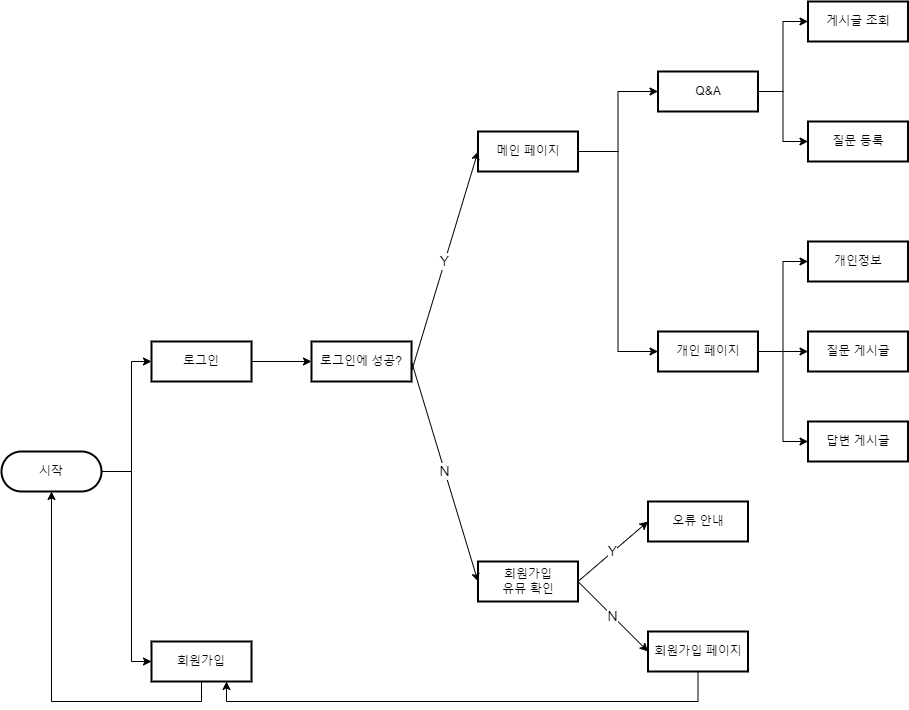
This is image/Developer_Commutity_FlowChart.png from younlll/developer-community-site-project, a draw.io export, as it was before one commit. Source tidied: cells renumbered, new cells last; positions are measured from the earlier drawing's top-left corner, leaving out a move shared by most shapes. Source of this version:
```xml
<mxGraphModel>
  <root>
    <mxCell id="0" />
    <mxCell id="1" parent="0" />
    <mxCell id="2" style="edgeStyle=orthogonalEdgeStyle;rounded=0;jettySize=auto;html=1;exitX=1;exitY=0.5;exitDx=0;exitDy=0;entryX=0;entryY=0.5;entryDx=0;entryDy=0;fontSize=14;" parent="1" edge="1" source="4" target="29">
      <mxGeometry relative="1" as="geometry">
        <Array as="points">
          <mxPoint x="130" y="470" />
          <mxPoint x="130" y="660" />
        </Array>
      </mxGeometry>
    </mxCell>
    <mxCell id="3" style="edgeStyle=orthogonalEdgeStyle;rounded=0;jettySize=auto;html=1;exitX=1;exitY=0.5;exitDx=0;exitDy=0;entryX=0;entryY=0.5;entryDx=0;entryDy=0;fontSize=14;" parent="1" edge="1" source="4" target="5">
      <mxGeometry relative="1" as="geometry">
        <Array as="points">
          <mxPoint x="130" y="470" />
          <mxPoint x="130" y="360" />
        </Array>
      </mxGeometry>
    </mxCell>
    <mxCell id="4" value="시작" style="rounded=1;whiteSpace=wrap;html=1;absoluteArcSize=1;arcSize=100;strokeWidth=2;" parent="1" vertex="1">
      <mxGeometry y="450" width="100" height="40" as="geometry" />
    </mxCell>
    <mxCell id="5" value="로그인" style="rounded=1;whiteSpace=wrap;html=1;absoluteArcSize=1;arcSize=0;strokeWidth=2;" parent="1" vertex="1">
      <mxGeometry x="150" y="340" width="100" height="40" as="geometry" />
    </mxCell>
    <mxCell id="6" value="로그인에 성공?" style="rounded=1;whiteSpace=wrap;html=1;absoluteArcSize=1;arcSize=0;strokeWidth=2;" parent="1" vertex="1">
      <mxGeometry x="310" y="340" width="100" height="40" as="geometry" />
    </mxCell>
    <mxCell id="7" style="endArrow=classic;html=1;rounded=0;exitX=1;exitY=0.5;exitDx=0;exitDy=0;entryX=0;entryY=0.5;entryDx=0;entryDy=0;" parent="1" edge="1" source="5" target="6">
      <mxGeometry relative="1" as="geometry" />
    </mxCell>
    <mxCell id="8" style="edgeStyle=orthogonalEdgeStyle;rounded=0;jettySize=auto;html=1;entryX=0;entryY=0.5;entryDx=0;entryDy=0;fontSize=14;exitX=1;exitY=0.5;exitDx=0;exitDy=0;" parent="1" edge="1" source="10" target="22">
      <mxGeometry relative="1" as="geometry" />
    </mxCell>
    <mxCell id="9" style="edgeStyle=orthogonalEdgeStyle;rounded=0;jettySize=auto;html=1;exitX=1;exitY=0.5;exitDx=0;exitDy=0;entryX=0;entryY=0.5;entryDx=0;entryDy=0;fontSize=14;" parent="1" edge="1" source="10" target="25">
      <mxGeometry relative="1" as="geometry" />
    </mxCell>
    <mxCell id="10" value="메인 페이지" style="rounded=1;whiteSpace=wrap;html=1;absoluteArcSize=1;arcSize=0;strokeWidth=2;" parent="1" vertex="1">
      <mxGeometry x="476.5" y="130" width="100" height="40" as="geometry" />
    </mxCell>
    <mxCell id="11" value="회원가입&lt;br&gt;유뮤 확인" style="rounded=1;whiteSpace=wrap;html=1;absoluteArcSize=1;arcSize=0;strokeWidth=2;" parent="1" vertex="1">
      <mxGeometry x="476.5" y="560" width="100" height="40" as="geometry" />
    </mxCell>
    <mxCell id="12" value="오류 안내" style="rounded=1;whiteSpace=wrap;html=1;absoluteArcSize=1;arcSize=0;strokeWidth=2;" parent="1" vertex="1">
      <mxGeometry x="646.5" y="500" width="100" height="40" as="geometry" />
    </mxCell>
    <mxCell id="13" style="edgeStyle=orthogonalEdgeStyle;rounded=0;jettySize=auto;html=1;exitX=0.5;exitY=1;exitDx=0;exitDy=0;entryX=0.75;entryY=1;entryDx=0;entryDy=0;" parent="1" edge="1" source="14" target="29">
      <mxGeometry relative="1" as="geometry" />
    </mxCell>
    <mxCell id="14" value="회원가입 페이지" style="rounded=1;whiteSpace=wrap;html=1;absoluteArcSize=1;arcSize=0;strokeWidth=2;" parent="1" vertex="1">
      <mxGeometry x="646.5" y="630" width="100" height="40" as="geometry" />
    </mxCell>
    <mxCell id="15" value="&lt;font style=&quot;font-size: 14px&quot;&gt;Y&lt;/font&gt;" style="endArrow=classic;html=1;rounded=0;entryX=0;entryY=0.5;entryDx=0;entryDy=0;" parent="1" edge="1" target="10">
      <mxGeometry relative="1" as="geometry">
        <mxPoint x="410" y="370" as="sourcePoint" />
      </mxGeometry>
    </mxCell>
    <mxCell id="16" value="&lt;font style=&quot;font-size: 14px&quot;&gt;N&lt;/font&gt;" style="endArrow=classic;html=1;rounded=0;entryX=0;entryY=0.5;entryDx=0;entryDy=0;exitX=1;exitY=0.5;exitDx=0;exitDy=0;" parent="1" edge="1" source="6" target="11">
      <mxGeometry relative="1" as="geometry" />
    </mxCell>
    <mxCell id="17" value="&lt;font style=&quot;font-size: 14px&quot;&gt;Y&lt;/font&gt;" style="endArrow=classic;html=1;rounded=0;exitX=1;exitY=0.5;exitDx=0;exitDy=0;entryX=0;entryY=0.5;entryDx=0;entryDy=0;" parent="1" edge="1" source="11" target="12">
      <mxGeometry relative="1" as="geometry" />
    </mxCell>
    <mxCell id="18" value="&lt;font style=&quot;font-size: 14px&quot;&gt;N&lt;/font&gt;" style="endArrow=classic;html=1;rounded=0;entryX=0;entryY=0.5;entryDx=0;entryDy=0;exitX=1;exitY=0.5;exitDx=0;exitDy=0;" parent="1" edge="1" source="11" target="14">
      <mxGeometry relative="1" as="geometry" />
    </mxCell>
    <mxCell id="19" style="edgeStyle=orthogonalEdgeStyle;rounded=0;jettySize=auto;html=1;exitX=1;exitY=0.5;exitDx=0;exitDy=0;entryX=0;entryY=0.5;entryDx=0;entryDy=0;fontSize=14;" parent="1" edge="1" source="22" target="30">
      <mxGeometry relative="1" as="geometry" />
    </mxCell>
    <mxCell id="20" style="edgeStyle=orthogonalEdgeStyle;rounded=0;jettySize=auto;html=1;exitX=1;exitY=0.5;exitDx=0;exitDy=0;fontSize=14;" parent="1" edge="1" source="22" target="31">
      <mxGeometry relative="1" as="geometry" />
    </mxCell>
    <mxCell id="21" style="edgeStyle=orthogonalEdgeStyle;rounded=0;jettySize=auto;html=1;exitX=1;exitY=0.5;exitDx=0;exitDy=0;entryX=0;entryY=0.5;entryDx=0;entryDy=0;fontSize=14;" parent="1" edge="1" source="22" target="32">
      <mxGeometry relative="1" as="geometry" />
    </mxCell>
    <mxCell id="22" value="개인 페이지" style="rounded=1;whiteSpace=wrap;html=1;absoluteArcSize=1;arcSize=0;strokeWidth=2;" parent="1" vertex="1">
      <mxGeometry x="656.5" y="330" width="100" height="40" as="geometry" />
    </mxCell>
    <mxCell id="23" style="edgeStyle=orthogonalEdgeStyle;rounded=0;jettySize=auto;html=1;entryX=0;entryY=0.5;entryDx=0;entryDy=0;fontSize=14;" parent="1" edge="1" target="27">
      <mxGeometry relative="1" as="geometry">
        <mxPoint x="756.5" y="90" as="sourcePoint" />
      </mxGeometry>
    </mxCell>
    <mxCell id="24" style="edgeStyle=orthogonalEdgeStyle;rounded=0;jettySize=auto;html=1;exitX=1;exitY=0.5;exitDx=0;exitDy=0;entryX=0;entryY=0.5;entryDx=0;entryDy=0;fontSize=14;" parent="1" edge="1" source="25" target="26">
      <mxGeometry relative="1" as="geometry" />
    </mxCell>
    <mxCell id="25" value="Q&amp;amp;A" style="rounded=1;whiteSpace=wrap;html=1;absoluteArcSize=1;arcSize=0;strokeWidth=2;" parent="1" vertex="1">
      <mxGeometry x="656.5" y="70" width="100" height="40" as="geometry" />
    </mxCell>
    <mxCell id="26" value="질문 등록" style="rounded=1;whiteSpace=wrap;html=1;absoluteArcSize=1;arcSize=0;strokeWidth=2;" parent="1" vertex="1">
      <mxGeometry x="806.5" y="120" width="100" height="40" as="geometry" />
    </mxCell>
    <mxCell id="27" value="게시글 조회" style="rounded=1;whiteSpace=wrap;html=1;absoluteArcSize=1;arcSize=0;strokeWidth=2;" parent="1" vertex="1">
      <mxGeometry x="806.5" width="100" height="40" as="geometry" />
    </mxCell>
    <mxCell id="28" style="edgeStyle=orthogonalEdgeStyle;rounded=0;jettySize=auto;html=1;exitX=0.5;exitY=1;exitDx=0;exitDy=0;entryX=0.5;entryY=1;entryDx=0;entryDy=0;fontSize=14;" parent="1" edge="1" source="29" target="4">
      <mxGeometry relative="1" as="geometry" />
    </mxCell>
    <mxCell id="29" value="회원가입" style="rounded=1;whiteSpace=wrap;html=1;absoluteArcSize=1;arcSize=0;strokeWidth=2;" parent="1" vertex="1">
      <mxGeometry x="150" y="640" width="100" height="40" as="geometry" />
    </mxCell>
    <mxCell id="30" value="개인정보" style="rounded=1;whiteSpace=wrap;html=1;absoluteArcSize=1;arcSize=0;strokeWidth=2;" parent="1" vertex="1">
      <mxGeometry x="806.5" y="240" width="100" height="40" as="geometry" />
    </mxCell>
    <mxCell id="31" value="질문 게시글" style="rounded=1;whiteSpace=wrap;html=1;absoluteArcSize=1;arcSize=0;strokeWidth=2;" parent="1" vertex="1">
      <mxGeometry x="806.5" y="330" width="100" height="40" as="geometry" />
    </mxCell>
    <mxCell id="32" value="답변 게시글" style="rounded=1;whiteSpace=wrap;html=1;absoluteArcSize=1;arcSize=0;strokeWidth=2;" parent="1" vertex="1">
      <mxGeometry x="806.5" y="420" width="100" height="40" as="geometry" />
    </mxCell>
  </root>
</mxGraphModel>
```
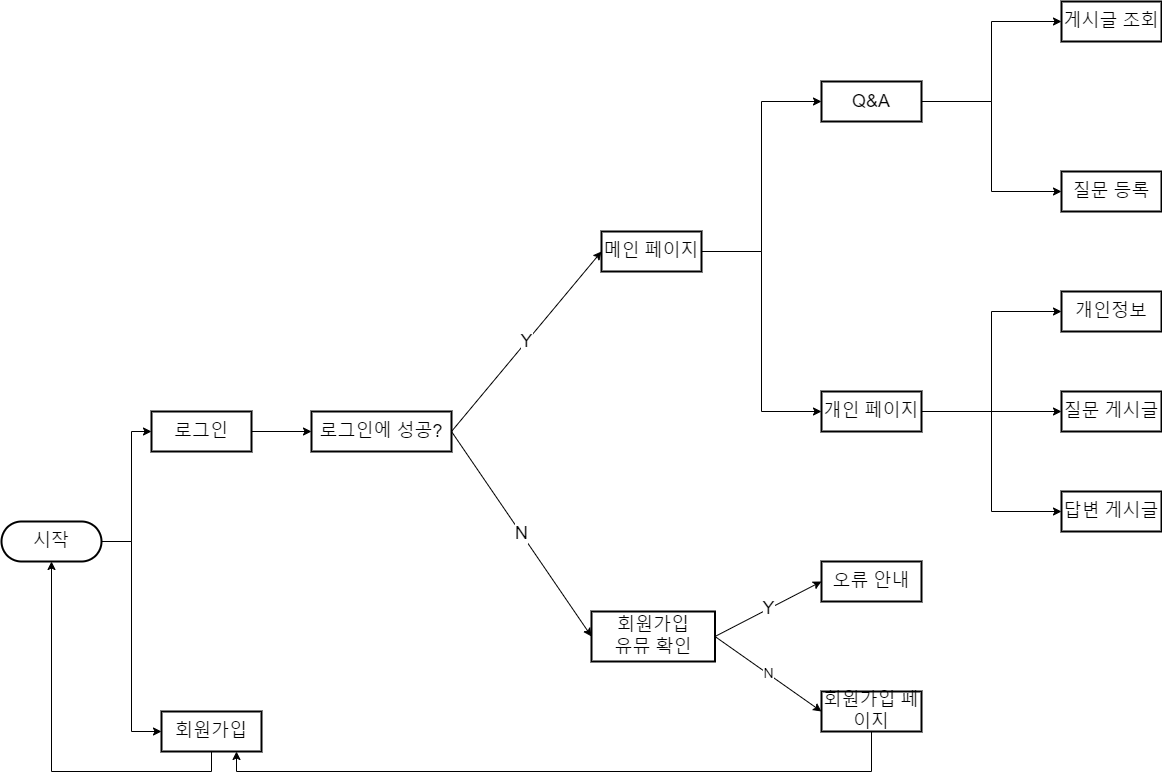
After the commit.

Change to the diagram source:
```diff
@@ -18,14 +18,14 @@
         </Array>
       </mxGeometry>
     </mxCell>
-    <mxCell id="4" value="시작" style="rounded=1;whiteSpace=wrap;html=1;absoluteArcSize=1;arcSize=100;strokeWidth=2;" parent="1" vertex="1">
+    <mxCell id="4" value="&lt;font style=&quot;font-size: 18px&quot;&gt;시작&lt;/font&gt;" style="rounded=1;whiteSpace=wrap;html=1;absoluteArcSize=1;arcSize=100;strokeWidth=2;" parent="1" vertex="1">
       <mxGeometry y="450" width="100" height="40" as="geometry" />
     </mxCell>
-    <mxCell id="5" value="로그인" style="rounded=1;whiteSpace=wrap;html=1;absoluteArcSize=1;arcSize=0;strokeWidth=2;" parent="1" vertex="1">
+    <mxCell id="5" value="&lt;font style=&quot;font-size: 18px&quot;&gt;로그인&lt;/font&gt;" style="rounded=1;whiteSpace=wrap;html=1;absoluteArcSize=1;arcSize=0;strokeWidth=2;" parent="1" vertex="1">
       <mxGeometry x="150" y="340" width="100" height="40" as="geometry" />
     </mxCell>
-    <mxCell id="6" value="로그인에 성공?" style="rounded=1;whiteSpace=wrap;html=1;absoluteArcSize=1;arcSize=0;strokeWidth=2;" parent="1" vertex="1">
-      <mxGeometry x="310" y="340" width="100" height="40" as="geometry" />
+    <mxCell id="6" value="&lt;font style=&quot;font-size: 18px&quot;&gt;로그인에 성공?&lt;/font&gt;" style="rounded=1;whiteSpace=wrap;html=1;absoluteArcSize=1;arcSize=0;strokeWidth=2;" parent="1" vertex="1">
+      <mxGeometry x="310" y="340" width="140" height="40" as="geometry" />
     </mxCell>
     <mxCell id="7" style="endArrow=classic;html=1;rounded=0;exitX=1;exitY=0.5;exitDx=0;exitDy=0;entryX=0;entryY=0.5;entryDx=0;entryDy=0;" parent="1" edge="1" source="5" target="6">
       <mxGeometry relative="1" as="geometry" />
@@ -36,30 +36,28 @@
     <mxCell id="9" style="edgeStyle=orthogonalEdgeStyle;rounded=0;jettySize=auto;html=1;exitX=1;exitY=0.5;exitDx=0;exitDy=0;entryX=0;entryY=0.5;entryDx=0;entryDy=0;fontSize=14;" parent="1" edge="1" source="10" target="25">
       <mxGeometry relative="1" as="geometry" />
     </mxCell>
-    <mxCell id="10" value="메인 페이지" style="rounded=1;whiteSpace=wrap;html=1;absoluteArcSize=1;arcSize=0;strokeWidth=2;" parent="1" vertex="1">
-      <mxGeometry x="476.5" y="130" width="100" height="40" as="geometry" />
+    <mxCell id="10" value="&lt;font style=&quot;font-size: 18px&quot;&gt;메인 페이지&lt;/font&gt;" style="rounded=1;whiteSpace=wrap;html=1;absoluteArcSize=1;arcSize=0;strokeWidth=2;" parent="1" vertex="1">
+      <mxGeometry x="600" y="160" width="100" height="40" as="geometry" />
     </mxCell>
-    <mxCell id="11" value="회원가입&lt;br&gt;유뮤 확인" style="rounded=1;whiteSpace=wrap;html=1;absoluteArcSize=1;arcSize=0;strokeWidth=2;" parent="1" vertex="1">
-      <mxGeometry x="476.5" y="560" width="100" height="40" as="geometry" />
+    <mxCell id="11" value="&lt;font style=&quot;font-size: 18px&quot;&gt;회원가입&lt;br&gt;유뮤 확인&lt;/font&gt;" style="rounded=1;whiteSpace=wrap;html=1;absoluteArcSize=1;arcSize=0;strokeWidth=2;" parent="1" vertex="1">
+      <mxGeometry x="590" y="540" width="123.5" height="50" as="geometry" />
     </mxCell>
-    <mxCell id="12" value="오류 안내" style="rounded=1;whiteSpace=wrap;html=1;absoluteArcSize=1;arcSize=0;strokeWidth=2;" parent="1" vertex="1">
-      <mxGeometry x="646.5" y="500" width="100" height="40" as="geometry" />
+    <mxCell id="12" value="&lt;font style=&quot;font-size: 18px&quot;&gt;오류 안내&lt;/font&gt;" style="rounded=1;whiteSpace=wrap;html=1;absoluteArcSize=1;arcSize=0;strokeWidth=2;" parent="1" vertex="1">
+      <mxGeometry x="820" y="490" width="100" height="40" as="geometry" />
     </mxCell>
     <mxCell id="13" style="edgeStyle=orthogonalEdgeStyle;rounded=0;jettySize=auto;html=1;exitX=0.5;exitY=1;exitDx=0;exitDy=0;entryX=0.75;entryY=1;entryDx=0;entryDy=0;" parent="1" edge="1" source="14" target="29">
       <mxGeometry relative="1" as="geometry" />
     </mxCell>
-    <mxCell id="14" value="회원가입 페이지" style="rounded=1;whiteSpace=wrap;html=1;absoluteArcSize=1;arcSize=0;strokeWidth=2;" parent="1" vertex="1">
-      <mxGeometry x="646.5" y="630" width="100" height="40" as="geometry" />
+    <mxCell id="14" value="&lt;font style=&quot;font-size: 18px&quot;&gt;회원가입 페이지&lt;/font&gt;" style="rounded=1;whiteSpace=wrap;html=1;absoluteArcSize=1;arcSize=0;strokeWidth=2;" parent="1" vertex="1">
+      <mxGeometry x="820" y="620" width="100" height="40" as="geometry" />
     </mxCell>
-    <mxCell id="15" value="&lt;font style=&quot;font-size: 14px&quot;&gt;Y&lt;/font&gt;" style="endArrow=classic;html=1;rounded=0;entryX=0;entryY=0.5;entryDx=0;entryDy=0;" parent="1" edge="1" target="10">
-      <mxGeometry relative="1" as="geometry">
-        <mxPoint x="410" y="370" as="sourcePoint" />
-      </mxGeometry>
+    <mxCell id="15" value="&lt;font style=&quot;font-size: 18px&quot;&gt;Y&lt;/font&gt;" style="endArrow=classic;html=1;rounded=0;entryX=0;entryY=0.5;entryDx=0;entryDy=0;exitX=1;exitY=0.5;exitDx=0;exitDy=0;" parent="1" edge="1" source="6" target="10">
+      <mxGeometry relative="1" as="geometry" />
     </mxCell>
-    <mxCell id="16" value="&lt;font style=&quot;font-size: 14px&quot;&gt;N&lt;/font&gt;" style="endArrow=classic;html=1;rounded=0;entryX=0;entryY=0.5;entryDx=0;entryDy=0;exitX=1;exitY=0.5;exitDx=0;exitDy=0;" parent="1" edge="1" source="6" target="11">
+    <mxCell id="16" value="&lt;font style=&quot;font-size: 18px&quot;&gt;N&lt;/font&gt;" style="endArrow=classic;html=1;rounded=0;entryX=0;entryY=0.5;entryDx=0;entryDy=0;exitX=1;exitY=0.5;exitDx=0;exitDy=0;" parent="1" edge="1" source="6" target="11">
       <mxGeometry relative="1" as="geometry" />
     </mxCell>
-    <mxCell id="17" value="&lt;font style=&quot;font-size: 14px&quot;&gt;Y&lt;/font&gt;" style="endArrow=classic;html=1;rounded=0;exitX=1;exitY=0.5;exitDx=0;exitDy=0;entryX=0;entryY=0.5;entryDx=0;entryDy=0;" parent="1" edge="1" source="11" target="12">
+    <mxCell id="17" value="&lt;font style=&quot;font-size: 18px&quot;&gt;Y&lt;/font&gt;" style="endArrow=classic;html=1;rounded=0;exitX=1;exitY=0.5;exitDx=0;exitDy=0;entryX=0;entryY=0.5;entryDx=0;entryDy=0;" parent="1" edge="1" source="11" target="12">
       <mxGeometry relative="1" as="geometry" />
     </mxCell>
     <mxCell id="18" value="&lt;font style=&quot;font-size: 14px&quot;&gt;N&lt;/font&gt;" style="endArrow=classic;html=1;rounded=0;entryX=0;entryY=0.5;entryDx=0;entryDy=0;exitX=1;exitY=0.5;exitDx=0;exitDy=0;" parent="1" edge="1" source="11" target="14">
@@ -74,40 +72,38 @@
     <mxCell id="21" style="edgeStyle=orthogonalEdgeStyle;rounded=0;jettySize=auto;html=1;exitX=1;exitY=0.5;exitDx=0;exitDy=0;entryX=0;entryY=0.5;entryDx=0;entryDy=0;fontSize=14;" parent="1" edge="1" source="22" target="32">
       <mxGeometry relative="1" as="geometry" />
     </mxCell>
-    <mxCell id="22" value="개인 페이지" style="rounded=1;whiteSpace=wrap;html=1;absoluteArcSize=1;arcSize=0;strokeWidth=2;" parent="1" vertex="1">
-      <mxGeometry x="656.5" y="330" width="100" height="40" as="geometry" />
+    <mxCell id="22" value="&lt;font style=&quot;font-size: 18px&quot;&gt;개인 페이지&lt;/font&gt;" style="rounded=1;whiteSpace=wrap;html=1;absoluteArcSize=1;arcSize=0;strokeWidth=2;" parent="1" vertex="1">
+      <mxGeometry x="820" y="320" width="100" height="40" as="geometry" />
     </mxCell>
-    <mxCell id="23" style="edgeStyle=orthogonalEdgeStyle;rounded=0;jettySize=auto;html=1;entryX=0;entryY=0.5;entryDx=0;entryDy=0;fontSize=14;" parent="1" edge="1" target="27">
-      <mxGeometry relative="1" as="geometry">
-        <mxPoint x="756.5" y="90" as="sourcePoint" />
-      </mxGeometry>
+    <mxCell id="23" style="edgeStyle=orthogonalEdgeStyle;rounded=0;jettySize=auto;html=1;entryX=0;entryY=0.5;entryDx=0;entryDy=0;fontSize=14;exitX=1;exitY=0.5;exitDx=0;exitDy=0;" parent="1" edge="1" source="25" target="27">
+      <mxGeometry relative="1" as="geometry" />
     </mxCell>
     <mxCell id="24" style="edgeStyle=orthogonalEdgeStyle;rounded=0;jettySize=auto;html=1;exitX=1;exitY=0.5;exitDx=0;exitDy=0;entryX=0;entryY=0.5;entryDx=0;entryDy=0;fontSize=14;" parent="1" edge="1" source="25" target="26">
       <mxGeometry relative="1" as="geometry" />
     </mxCell>
-    <mxCell id="25" value="Q&amp;amp;A" style="rounded=1;whiteSpace=wrap;html=1;absoluteArcSize=1;arcSize=0;strokeWidth=2;" parent="1" vertex="1">
-      <mxGeometry x="656.5" y="70" width="100" height="40" as="geometry" />
+    <mxCell id="25" value="&lt;font style=&quot;font-size: 18px&quot;&gt;Q&amp;amp;A&lt;/font&gt;" style="rounded=1;whiteSpace=wrap;html=1;absoluteArcSize=1;arcSize=0;strokeWidth=2;" parent="1" vertex="1">
+      <mxGeometry x="820" y="10" width="100" height="40" as="geometry" />
     </mxCell>
-    <mxCell id="26" value="질문 등록" style="rounded=1;whiteSpace=wrap;html=1;absoluteArcSize=1;arcSize=0;strokeWidth=2;" parent="1" vertex="1">
-      <mxGeometry x="806.5" y="120" width="100" height="40" as="geometry" />
+    <mxCell id="26" value="&lt;font style=&quot;font-size: 18px&quot;&gt;질문 등록&lt;/font&gt;" style="rounded=1;whiteSpace=wrap;html=1;absoluteArcSize=1;arcSize=0;strokeWidth=2;" parent="1" vertex="1">
+      <mxGeometry x="1060" y="100" width="100" height="40" as="geometry" />
     </mxCell>
-    <mxCell id="27" value="게시글 조회" style="rounded=1;whiteSpace=wrap;html=1;absoluteArcSize=1;arcSize=0;strokeWidth=2;" parent="1" vertex="1">
-      <mxGeometry x="806.5" width="100" height="40" as="geometry" />
+    <mxCell id="27" value="&lt;font style=&quot;font-size: 18px&quot;&gt;게시글 조회&lt;/font&gt;" style="rounded=1;whiteSpace=wrap;html=1;absoluteArcSize=1;arcSize=0;strokeWidth=2;" parent="1" vertex="1">
+      <mxGeometry x="1060" y="-70" width="100" height="40" as="geometry" />
     </mxCell>
     <mxCell id="28" style="edgeStyle=orthogonalEdgeStyle;rounded=0;jettySize=auto;html=1;exitX=0.5;exitY=1;exitDx=0;exitDy=0;entryX=0.5;entryY=1;entryDx=0;entryDy=0;fontSize=14;" parent="1" edge="1" source="29" target="4">
       <mxGeometry relative="1" as="geometry" />
     </mxCell>
-    <mxCell id="29" value="회원가입" style="rounded=1;whiteSpace=wrap;html=1;absoluteArcSize=1;arcSize=0;strokeWidth=2;" parent="1" vertex="1">
-      <mxGeometry x="150" y="640" width="100" height="40" as="geometry" />
+    <mxCell id="29" value="&lt;font style=&quot;font-size: 18px&quot;&gt;회원가입&lt;/font&gt;" style="rounded=1;whiteSpace=wrap;html=1;absoluteArcSize=1;arcSize=0;strokeWidth=2;" parent="1" vertex="1">
+      <mxGeometry x="160" y="640" width="100" height="40" as="geometry" />
     </mxCell>
-    <mxCell id="30" value="개인정보" style="rounded=1;whiteSpace=wrap;html=1;absoluteArcSize=1;arcSize=0;strokeWidth=2;" parent="1" vertex="1">
-      <mxGeometry x="806.5" y="240" width="100" height="40" as="geometry" />
+    <mxCell id="30" value="&lt;font style=&quot;font-size: 18px&quot;&gt;개인정보&lt;/font&gt;" style="rounded=1;whiteSpace=wrap;html=1;absoluteArcSize=1;arcSize=0;strokeWidth=2;" parent="1" vertex="1">
+      <mxGeometry x="1060" y="220" width="100" height="40" as="geometry" />
     </mxCell>
-    <mxCell id="31" value="질문 게시글" style="rounded=1;whiteSpace=wrap;html=1;absoluteArcSize=1;arcSize=0;strokeWidth=2;" parent="1" vertex="1">
-      <mxGeometry x="806.5" y="330" width="100" height="40" as="geometry" />
+    <mxCell id="31" value="&lt;font style=&quot;font-size: 18px&quot;&gt;질문 게시글&lt;/font&gt;" style="rounded=1;whiteSpace=wrap;html=1;absoluteArcSize=1;arcSize=0;strokeWidth=2;" parent="1" vertex="1">
+      <mxGeometry x="1060" y="320" width="100" height="40" as="geometry" />
     </mxCell>
-    <mxCell id="32" value="답변 게시글" style="rounded=1;whiteSpace=wrap;html=1;absoluteArcSize=1;arcSize=0;strokeWidth=2;" parent="1" vertex="1">
-      <mxGeometry x="806.5" y="420" width="100" height="40" as="geometry" />
+    <mxCell id="32" value="&lt;font style=&quot;font-size: 18px&quot;&gt;답변 게시글&lt;/font&gt;" style="rounded=1;whiteSpace=wrap;html=1;absoluteArcSize=1;arcSize=0;strokeWidth=2;" parent="1" vertex="1">
+      <mxGeometry x="1060" y="420" width="100" height="40" as="geometry" />
     </mxCell>
   </root>
 </mxGraphModel>
```
